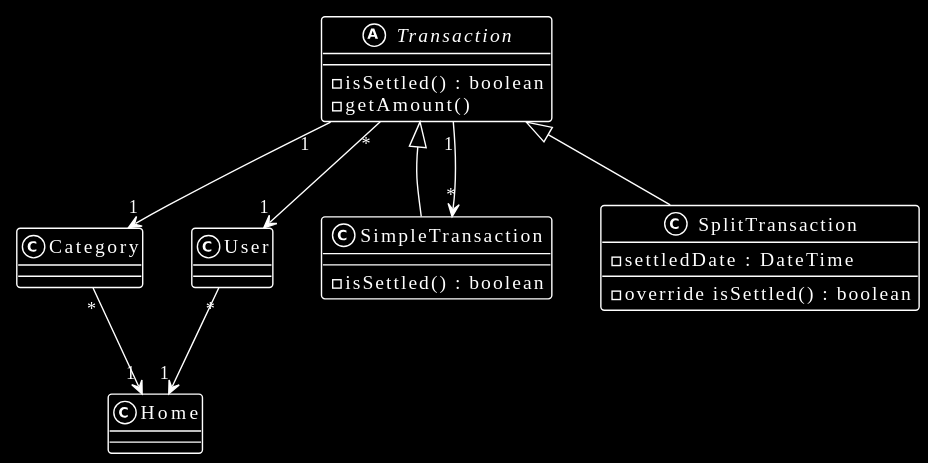
GabSabbath/sharebill keeps this PlantUML diagram as doc/diagrams/model.svg. Above is the earlier version.
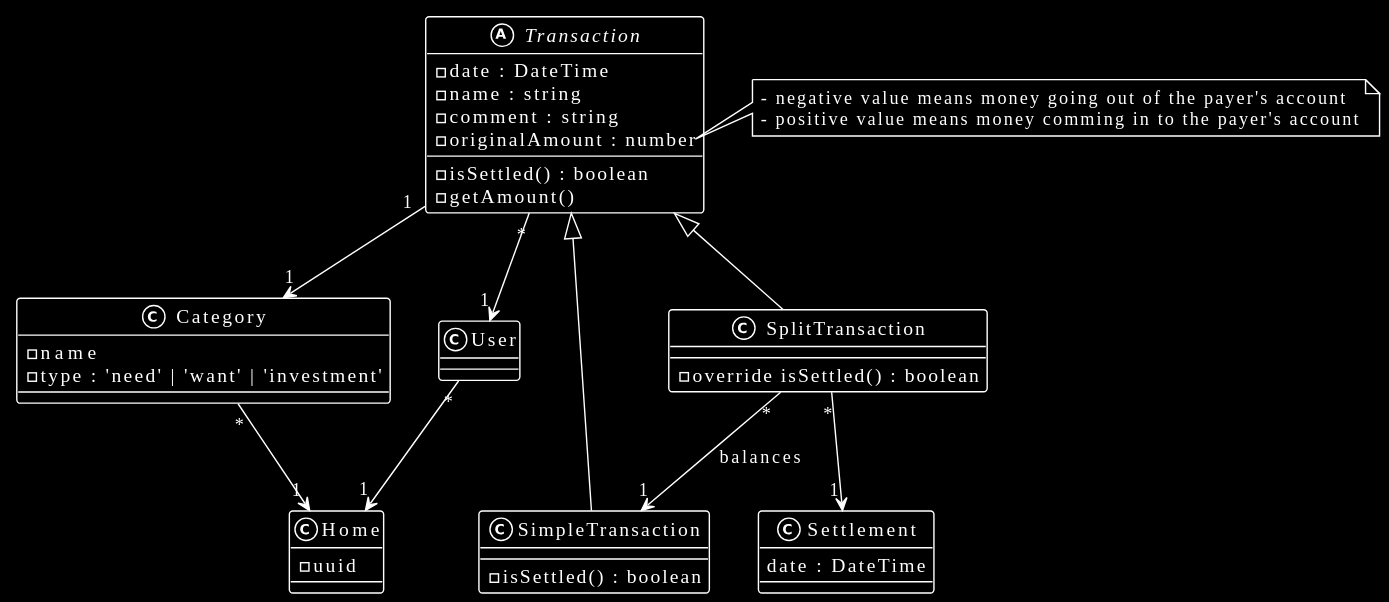
The same diagram one commit later.

Diff of the diagram source:
```diff
@@ -2,15 +2,29 @@
 !theme mono
 skinparam monochrome reverse
 
-class Category
+class Category {
+    - name
+    - type : 'need' | 'want' | 'investment'
+}
 
-class Home
+class Home {
+    - uuid
+}
 
 class User
 
 abstract class Transaction {
     - isSettled() : boolean
+    - date : DateTime
+    - name : string
+    - comment : string
+    - originalAmount : number
     - getAmount()
+}
+
+note right of Transaction::originalAmount {
+    - negative value means money going out of the payer's account
+    - positive value means money comming in to the payer's account
 }
 
 class SimpleTransaction extends Transaction {
@@ -19,12 +33,16 @@
 
 class SplitTransaction extends Transaction {
     - override isSettled() : boolean
-    - settledDate : DateTime
+}
+
+class Settlement {
+    date : DateTime
 }
 
 Transaction "*" --> "1" User
 Transaction "1" --> "1" Category
 User "*" --> "1" Home
 Category "*" --> "1" Home
-Transaction "1" --> "*" SimpleTransaction
+SplitTransaction "*" --> "1" SimpleTransaction : balances
+SplitTransaction "*" --> "1" Settlement
 @enduml
```
